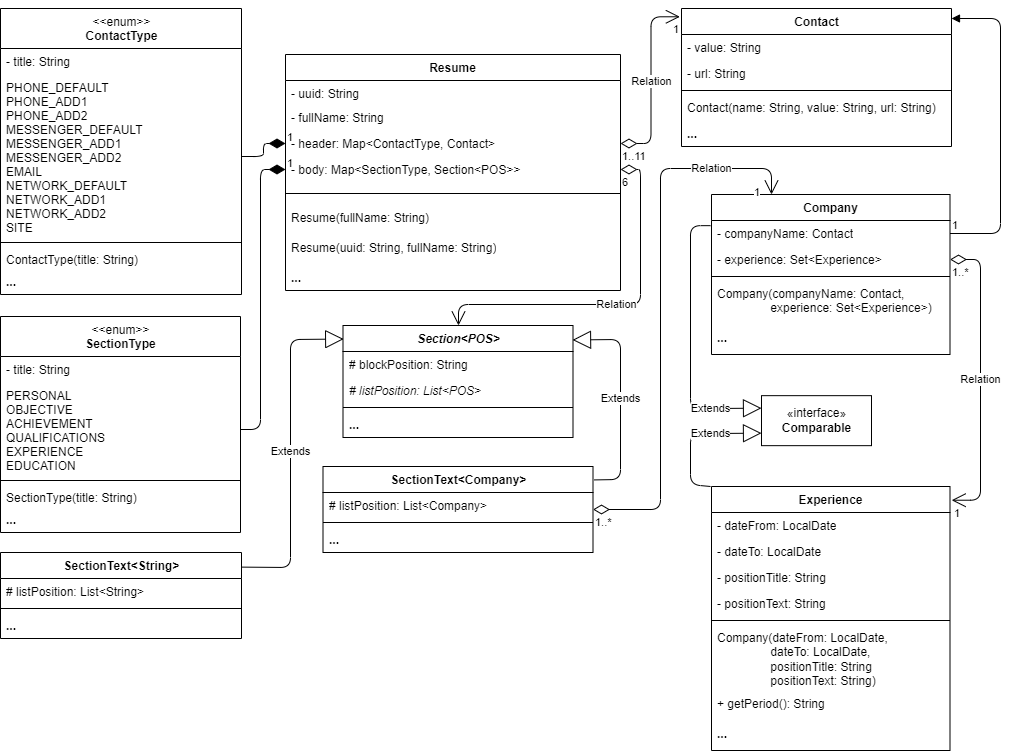
Earlier version of the draw.io export Resource/ModelResume.png (Random280921/basejava). Source tidied: cells renumbered, new cells last; positions are measured from the earlier drawing's top-left corner, leaving out a move shared by most shapes.
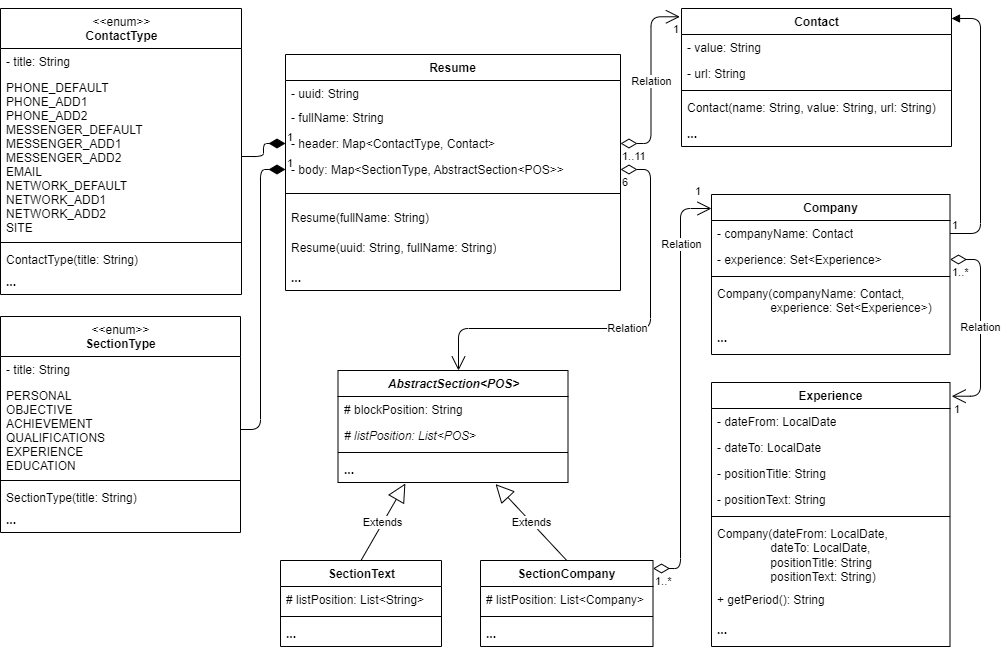
The same diagram one commit later.

Commit message:
Урок 7: ДЗ - Resume Model Diagram доработка 2

What changed in the source:
```diff
@@ -14,7 +14,7 @@
     <mxCell id="5" value="- header: Map&lt;ContactType, Contact&gt;" style="text;strokeColor=none;fillColor=none;align=left;verticalAlign=top;spacingLeft=4;spacingRight=4;overflow=hidden;points=[[0,0.5],[1,0.5]];portConstraint=eastwest;" parent="2" vertex="1">
       <mxGeometry y="76" width="335" height="26" as="geometry" />
     </mxCell>
-    <mxCell id="6" value="- body: Map&lt;SectionType, Section&lt;POS&gt;&gt;" style="text;strokeColor=none;fillColor=none;align=left;verticalAlign=top;spacingLeft=4;spacingRight=4;overflow=hidden;points=[[0,0.5],[1,0.5]];portConstraint=eastwest;" parent="2" vertex="1">
+    <mxCell id="6" value="- body: Map&lt;SectionType, AbstractSection&lt;POS&gt;&gt;" style="text;strokeColor=none;fillColor=none;align=left;verticalAlign=top;spacingLeft=4;spacingRight=4;overflow=hidden;points=[[0,0.5],[1,0.5]];portConstraint=eastwest;" parent="2" vertex="1">
       <mxGeometry y="102" width="335" height="26" as="geometry" />
     </mxCell>
     <mxCell id="7" style="line;strokeWidth=1;fillColor=none;align=left;verticalAlign=middle;spacingTop=-1;spacingLeft=3;spacingRight=3;labelPosition=right;" parent="2" vertex="1">
@@ -88,9 +88,9 @@
     <mxCell id="28" value="Relation" style="endArrow=open;html=1;endSize=12;startArrow=diamondThin;startSize=14;startFill=0;edgeStyle=orthogonalEdgeStyle;rounded=1;strokeColor=default;strokeWidth=1;exitX=1;exitY=0.5;exitDx=0;exitDy=0;" parent="1" edge="1" source="6" target="42">
       <mxGeometry relative="1" as="geometry">
         <Array as="points">
-          <mxPoint x="640" y="161" />
-          <mxPoint x="640" y="296" />
-          <mxPoint x="458" y="296" />
+          <mxPoint x="650" y="161" />
+          <mxPoint x="650" y="320" />
+          <mxPoint x="458" y="320" />
         </Array>
       </mxGeometry>
     </mxCell>
@@ -118,28 +118,20 @@
     <mxCell id="36" value="&lt;b&gt;...&lt;/b&gt;" style="text;strokeColor=none;fillColor=none;align=left;verticalAlign=top;spacingLeft=4;spacingRight=4;overflow=hidden;html=1;" parent="31" vertex="1">
       <mxGeometry y="112" width="270" height="26" as="geometry" />
     </mxCell>
-    <mxCell id="37" value="SectionText&amp;lt;String&amp;gt;" style="swimlane;fontStyle=1;align=center;verticalAlign=top;horizontal=1;startSize=26;strokeColor=default;html=1;" parent="1" vertex="1">
-      <mxGeometry y="544" width="241" height="86" as="geometry" />
+    <mxCell id="37" value="SectionText" style="swimlane;fontStyle=1;align=center;verticalAlign=top;horizontal=1;startSize=26;strokeColor=default;html=1;" parent="1" vertex="1">
+      <mxGeometry x="280" y="552" width="161" height="86" as="geometry" />
     </mxCell>
     <mxCell id="38" value="# listPosition: List&amp;lt;String&amp;gt;" style="text;strokeColor=none;fillColor=none;align=left;verticalAlign=top;spacingLeft=4;spacingRight=4;overflow=hidden;html=1;" parent="37" vertex="1">
-      <mxGeometry y="26" width="241" height="26" as="geometry" />
+      <mxGeometry y="26" width="161" height="26" as="geometry" />
     </mxCell>
     <mxCell id="39" style="line;strokeWidth=1;fillColor=none;align=left;verticalAlign=middle;spacingTop=-1;spacingLeft=3;spacingRight=3;labelPosition=right;html=1;" parent="37" vertex="1">
-      <mxGeometry y="52" width="241" height="8" as="geometry" />
+      <mxGeometry y="52" width="161" height="8" as="geometry" />
     </mxCell>
     <mxCell id="40" value="&lt;b&gt;...&lt;/b&gt;" style="text;strokeColor=none;fillColor=none;align=left;verticalAlign=top;spacingLeft=4;spacingRight=4;overflow=hidden;html=1;" parent="37" vertex="1">
-      <mxGeometry y="60" width="241" height="26" as="geometry" />
+      <mxGeometry y="60" width="161" height="26" as="geometry" />
     </mxCell>
-    <mxCell id="41" value="Extends" style="endArrow=block;endSize=16;endFill=0;html=1;rounded=1;strokeColor=default;strokeWidth=1;exitX=1.002;exitY=0.17;exitDx=0;exitDy=0;exitPerimeter=0;entryX=0.003;entryY=0.121;entryDx=0;entryDy=0;entryPerimeter=0;" parent="1" edge="1" source="37" target="42">
-      <mxGeometry relative="1" as="geometry">
-        <Array as="points">
-          <mxPoint x="290" y="559" />
-          <mxPoint x="290" y="331" />
-        </Array>
-      </mxGeometry>
-    </mxCell>
-    <mxCell id="42" value="&lt;i&gt;Section&amp;lt;POS&amp;gt;&lt;/i&gt;" style="swimlane;fontStyle=1;align=center;verticalAlign=top;horizontal=1;startSize=26;strokeColor=default;html=1;" parent="1" vertex="1">
-      <mxGeometry x="342.5" y="317" width="230" height="112" as="geometry" />
+    <mxCell id="42" value="&lt;i&gt;AbstractSection&amp;lt;POS&amp;gt;&lt;/i&gt;" style="swimlane;fontStyle=1;align=center;verticalAlign=top;horizontal=1;startSize=26;strokeColor=default;html=1;" parent="1" vertex="1">
+      <mxGeometry x="337.5" y="362" width="230" height="112" as="geometry" />
     </mxCell>
     <mxCell id="43" value="# blockPosition: String" style="text;strokeColor=none;fillColor=none;align=left;verticalAlign=top;spacingLeft=4;spacingRight=4;overflow=hidden;html=1;" parent="42" vertex="1">
       <mxGeometry y="26" width="230" height="26" as="geometry" />
@@ -153,26 +145,18 @@
     <mxCell id="46" value="&lt;b&gt;...&lt;/b&gt;" style="text;strokeColor=none;fillColor=none;align=left;verticalAlign=top;spacingLeft=4;spacingRight=4;overflow=hidden;points=[[0,0.5],[1,0.5]];portConstraint=eastwest;html=1;" parent="42" vertex="1">
       <mxGeometry y="86" width="230" height="26" as="geometry" />
     </mxCell>
-    <mxCell id="47" value="SectionText&amp;lt;Company&amp;gt;" style="swimlane;fontStyle=1;align=center;verticalAlign=top;horizontal=1;startSize=26;strokeColor=default;html=1;" parent="1" vertex="1">
-      <mxGeometry x="322.5" y="458" width="270" height="86" as="geometry" />
+    <mxCell id="47" value="SectionCompany" style="swimlane;fontStyle=1;align=center;verticalAlign=top;horizontal=1;startSize=26;strokeColor=default;html=1;" parent="1" vertex="1">
+      <mxGeometry x="480" y="552" width="172.5" height="86" as="geometry" />
     </mxCell>
     <mxCell id="48" value="# listPosition: List&amp;lt;Company&amp;gt;" style="text;strokeColor=none;fillColor=none;align=left;verticalAlign=top;spacingLeft=4;spacingRight=4;overflow=hidden;html=1;" parent="47" vertex="1">
-      <mxGeometry y="26" width="270" height="26" as="geometry" />
+      <mxGeometry y="26" width="172.5" height="26" as="geometry" />
     </mxCell>
     <mxCell id="49" style="line;strokeWidth=1;fillColor=none;align=left;verticalAlign=middle;spacingTop=-1;spacingLeft=3;spacingRight=3;labelPosition=right;html=1;" parent="47" vertex="1">
-      <mxGeometry y="52" width="270" height="8" as="geometry" />
+      <mxGeometry y="52" width="172.5" height="8" as="geometry" />
     </mxCell>
     <mxCell id="50" value="&lt;b&gt;...&lt;/b&gt;" style="text;strokeColor=none;fillColor=none;align=left;verticalAlign=top;spacingLeft=4;spacingRight=4;overflow=hidden;html=1;" parent="47" vertex="1">
-      <mxGeometry y="60" width="270" height="26" as="geometry" />
+      <mxGeometry y="60" width="172.5" height="26" as="geometry" />
     </mxCell>
-    <mxCell id="51" value="Extends" style="endArrow=block;endSize=16;endFill=0;html=1;rounded=1;strokeColor=default;strokeWidth=1;entryX=0.998;entryY=0.129;entryDx=0;entryDy=0;entryPerimeter=0;exitX=1.004;exitY=0.156;exitDx=0;exitDy=0;exitPerimeter=0;" parent="1" edge="1" source="47" target="42">
-      <mxGeometry relative="1" as="geometry">
-        <Array as="points">
-          <mxPoint x="620" y="471" />
-          <mxPoint x="620" y="331" />
-        </Array>
-      </mxGeometry>
-    </mxCell>
     <mxCell id="52" value="Company" style="swimlane;fontStyle=1;align=center;verticalAlign=top;horizontal=1;startSize=26;strokeColor=default;html=1;" parent="1" vertex="1">
       <mxGeometry x="711" y="186" width="238.5" height="160" as="geometry" />
     </mxCell>
@@ -194,21 +178,19 @@
     <mxCell id="58" style="endArrow=block;endFill=1;html=1;edgeStyle=orthogonalEdgeStyle;align=left;verticalAlign=top;rounded=1;strokeColor=default;strokeWidth=1;exitX=1;exitY=0.5;exitDx=0;exitDy=0;" parent="1" edge="1" source="53" target="31">
       <mxGeometry x="-1" relative="1" as="geometry">
         <Array as="points">
-          <mxPoint x="1000" y="225" />
-          <mxPoint x="1000" y="10" />
+          <mxPoint x="980" y="225" />
+          <mxPoint x="980" y="10" />
         </Array>
       </mxGeometry>
     </mxCell>
     <mxCell id="59" value="1" style="edgeLabel;html=1;align=left;verticalAlign=bottom;strokeColor=default;" parent="58" vertex="1">
       <mxGeometry x="-1" relative="1" as="geometry" />
     </mxCell>
-    <mxCell id="60" value="Relation" style="endArrow=open;html=1;endSize=12;startArrow=diamondThin;startSize=14;startFill=0;edgeStyle=orthogonalEdgeStyle;rounded=1;strokeColor=default;strokeWidth=1;" parent="1" edge="1" source="47">
+    <mxCell id="60" value="Relation" style="endArrow=open;html=1;endSize=12;startArrow=diamondThin;startSize=14;startFill=0;edgeStyle=orthogonalEdgeStyle;rounded=1;strokeColor=default;strokeWidth=1;" parent="1" edge="1" source="47" target="52">
       <mxGeometry x="0.68" relative="1" as="geometry">
-        <mxPoint x="771" y="186" as="targetPoint" />
         <Array as="points">
-          <mxPoint x="660" y="501" />
-          <mxPoint x="660" y="160" />
-          <mxPoint x="771" y="160" />
+          <mxPoint x="680" y="560" />
+          <mxPoint x="680" y="200" />
         </Array>
         <mxPoint x="1" as="offset" />
       </mxGeometry>
@@ -218,11 +200,11 @@
     </mxCell>
     <mxCell id="62" value="1" style="edgeLabel;html=1;align=right;verticalAlign=top;" parent="60" vertex="1">
       <mxGeometry x="1" relative="1" as="geometry">
-        <mxPoint x="-11" y="-16" as="offset" />
+        <mxPoint x="-11" y="-30" as="offset" />
       </mxGeometry>
     </mxCell>
     <mxCell id="63" value="Experience" style="swimlane;fontStyle=1;align=center;verticalAlign=top;horizontal=1;startSize=26;strokeColor=default;html=1;" parent="1" vertex="1">
-      <mxGeometry x="711" y="478" width="238.5" height="264" as="geometry" />
+      <mxGeometry x="711" y="374" width="238.5" height="264" as="geometry" />
     </mxCell>
     <mxCell id="64" value="- dateFrom: LocalDate" style="text;strokeColor=none;fillColor=none;align=left;verticalAlign=top;spacingLeft=4;spacingRight=4;overflow=hidden;html=1;" parent="63" vertex="1">
       <mxGeometry y="26" width="238.5" height="26" as="geometry" />
@@ -252,7 +234,7 @@
       <mxGeometry relative="1" as="geometry">
         <Array as="points">
           <mxPoint x="980" y="251" />
-          <mxPoint x="980" y="492" />
+          <mxPoint x="980" y="388" />
         </Array>
       </mxGeometry>
     </mxCell>
@@ -264,26 +246,11 @@
         <mxPoint x="9" as="offset" />
       </mxGeometry>
     </mxCell>
-    <mxCell id="75" value="«interface»&lt;br&gt;&lt;b&gt;Comparable&lt;/b&gt;" style="html=1;" parent="1" vertex="1">
-      <mxGeometry x="761" y="387.2" width="110" height="50" as="geometry" />
-    </mxCell>
-    <mxCell id="76" value="Extends" style="endArrow=block;endSize=16;endFill=0;html=1;rounded=1;strokeColor=default;strokeWidth=1;entryX=0;entryY=0.75;entryDx=0;entryDy=0;exitX=-0.004;exitY=0.06;exitDx=0;exitDy=0;exitPerimeter=0;" parent="1" edge="1" target="75">
-      <mxGeometry x="0.28" relative="1" as="geometry">
-        <mxPoint x="710" y="478" as="sourcePoint" />
-        <Array as="points">
-          <mxPoint x="690" y="476.2" />
-          <mxPoint x="690" y="425.2" />
-        </Array>
-      </mxGeometry>
-    </mxCell>
-    <mxCell id="77" value="Extends" style="endArrow=block;endSize=16;endFill=0;html=1;rounded=1;strokeColor=default;strokeWidth=1;entryX=0;entryY=0.25;entryDx=0;entryDy=0;" parent="1" edge="1" target="75">
-      <mxGeometry x="0.63" relative="1" as="geometry">
-        <mxPoint x="710" y="217.2" as="sourcePoint" />
-        <Array as="points">
-          <mxPoint x="690" y="217.2" />
-          <mxPoint x="690" y="400.2" />
-        </Array>
-      </mxGeometry>
-    </mxCell>
+    <mxCell id="78" value="Extends" style="endArrow=block;endSize=16;endFill=0;html=1;rounded=0;entryX=0.293;entryY=1.038;entryDx=0;entryDy=0;entryPerimeter=0;exitX=0.5;exitY=0;exitDx=0;exitDy=0;" parent="1" edge="1" source="37" target="46">
+      <mxGeometry relative="1" as="geometry" />
+    </mxCell>
+    <mxCell id="79" value="Extends" style="endArrow=block;endSize=16;endFill=0;html=1;rounded=0;exitX=0.5;exitY=0;exitDx=0;exitDy=0;entryX=0.685;entryY=1.062;entryDx=0;entryDy=0;entryPerimeter=0;" parent="1" edge="1" source="47" target="46">
+      <mxGeometry relative="1" as="geometry" />
+    </mxCell>
   </root>
 </mxGraphModel>
```
